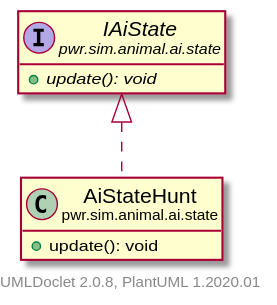
Before: pwr/sim/animal/ai/state/AiStateHunt.svg, a diagram exported from PlantUML (Bravo555/oop-project). The source it was exported from:
```plantuml
@startuml
    set namespaceSeparator none
    hide empty fields
    hide empty methods

    class "<size:14>AiStateHunt\n<size:10>pwr.sim.animal.ai.state" as pwr.sim.animal.ai.state.AiStateHunt [[AiStateHunt.html]] {
        +update(): void
    }

    interface "<size:14>IAiState\n<size:10>pwr.sim.animal.ai.state" as pwr.sim.animal.ai.state.IAiState [[IAiState.html]] {
        {abstract} +update(): void
    }

    pwr.sim.animal.ai.state.IAiState <|.. pwr.sim.animal.ai.state.AiStateHunt

    center footer UMLDoclet 2.0.8, PlantUML 1.2020.01
@enduml
```
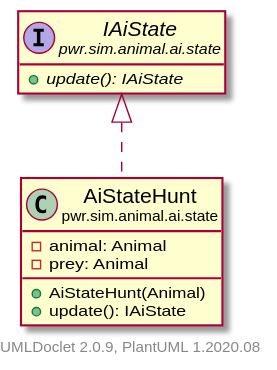
Above is the later version.

Change to the diagram source:
```diff
@@ -4,14 +4,17 @@
     hide empty methods
 
     class "<size:14>AiStateHunt\n<size:10>pwr.sim.animal.ai.state" as pwr.sim.animal.ai.state.AiStateHunt [[AiStateHunt.html]] {
-        +update(): void
+        -animal: Animal
+        -prey: Animal
+        +AiStateHunt(Animal)
+        +update(): IAiState
     }
 
     interface "<size:14>IAiState\n<size:10>pwr.sim.animal.ai.state" as pwr.sim.animal.ai.state.IAiState [[IAiState.html]] {
-        {abstract} +update(): void
+        {abstract} +update(): IAiState
     }
 
     pwr.sim.animal.ai.state.IAiState <|.. pwr.sim.animal.ai.state.AiStateHunt
 
-    center footer UMLDoclet 2.0.8, PlantUML 1.2020.01
+    center footer UMLDoclet 2.0.9, PlantUML 1.2020.08
 @enduml
```
